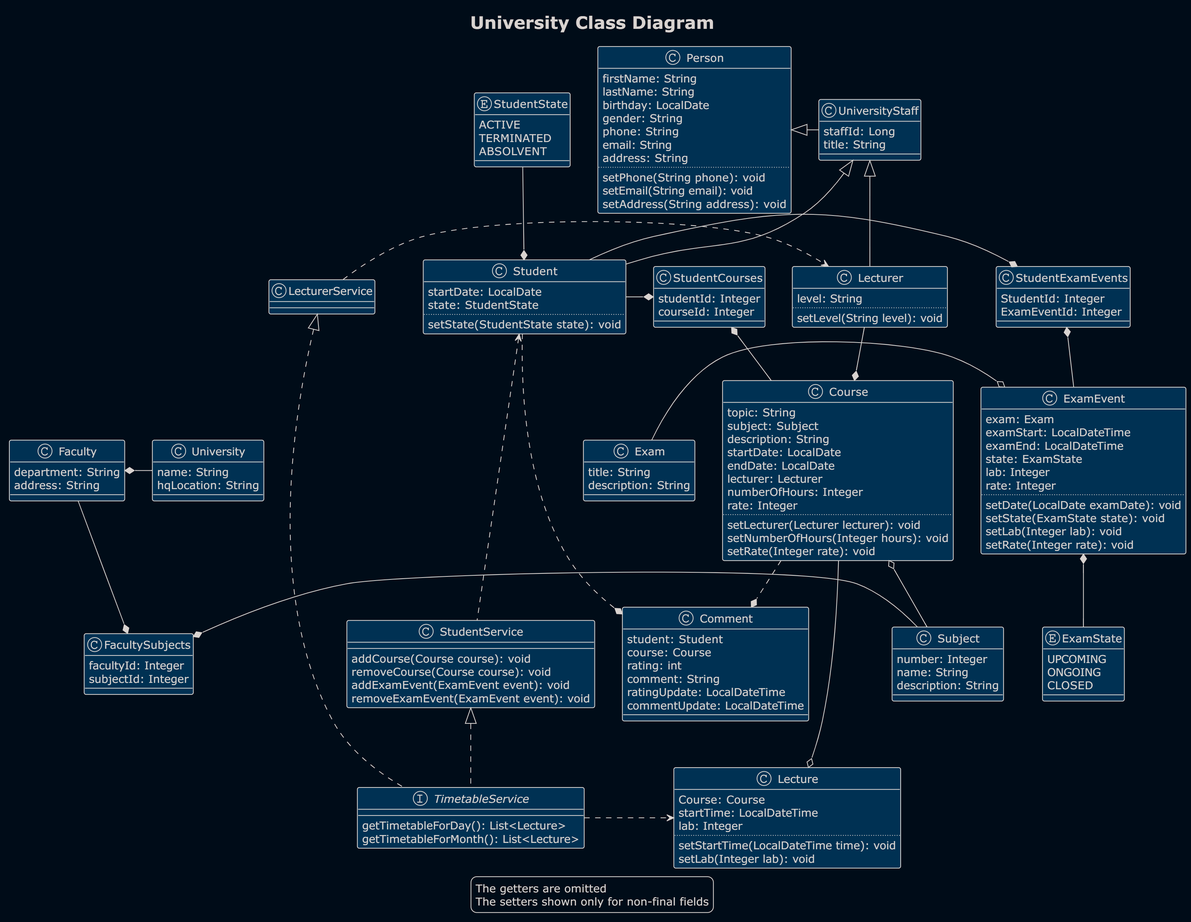
The PlantUML diagram src/main/resources/diagrams/University.png in RomaEcho/University, before a commit. Its source is kept beside it as src/main/resources/diagrams/University.puml.
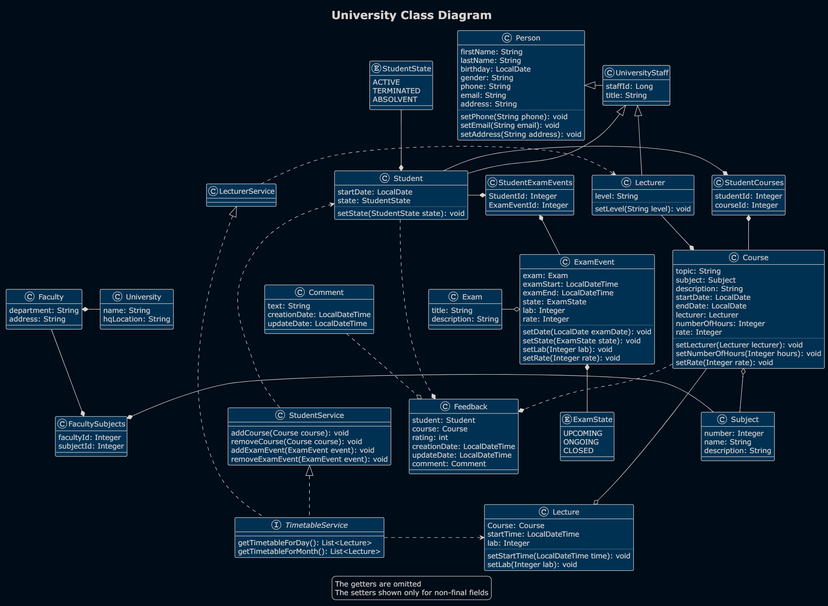
After the change.

Diff of the diagram source:
```diff
@@ -5,7 +5,7 @@
 title University Class Diagram
 class Person {
     firstName: String
-    lastName: String2022-09-02-15-49-22.png
+    lastName: String
     birthday: LocalDate
     gender: String
     phone: String
@@ -106,13 +106,18 @@
     StudentId: Integer
     ExamEventId: Integer
 }
-class Comment {
+class Feedback {
     student: Student
     course: Course
     rating: int
-    comment: String
-    ratingUpdate: LocalDateTime
-    commentUpdate: LocalDateTime
+    creationDate: LocalDateTime
+    updateDate: LocalDateTime
+    comment: Comment
+}
+class Comment {
+    text: String
+    creationDate: LocalDateTime
+    updateDate: LocalDateTime
 }
 
 interface TimetableService {
@@ -143,8 +148,9 @@
 Subject -left-* FacultySubjects
 University -left* Faculty
 Student <... StudentService
-Student ..* Comment
-Course ..* Comment
+Student ..* Feedback
+Course ..* Feedback
+Comment ..o Feedback
 StudentService <|.. TimetableService
 LecturerService <|.. TimetableService
 LecturerService .> Lecturer
```
